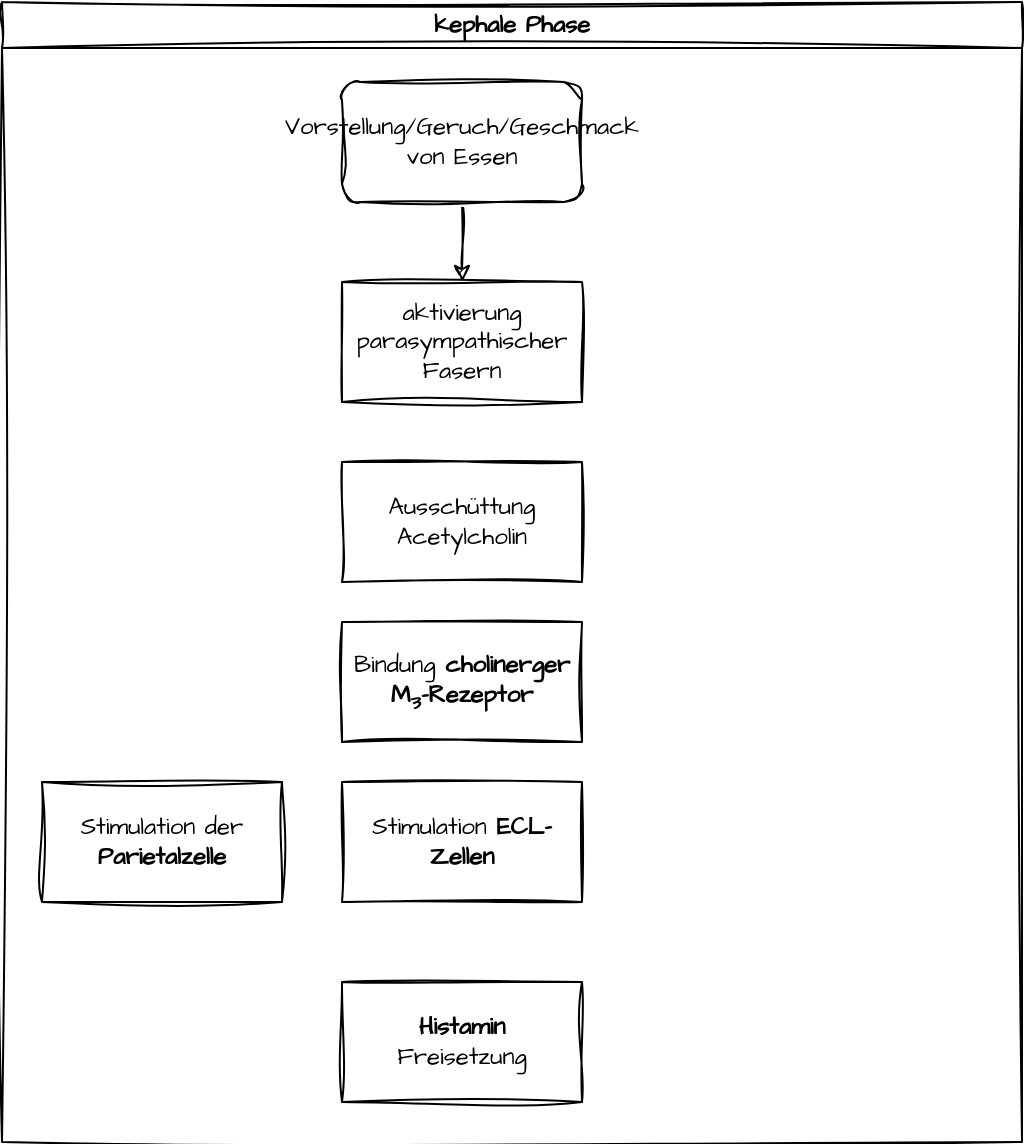
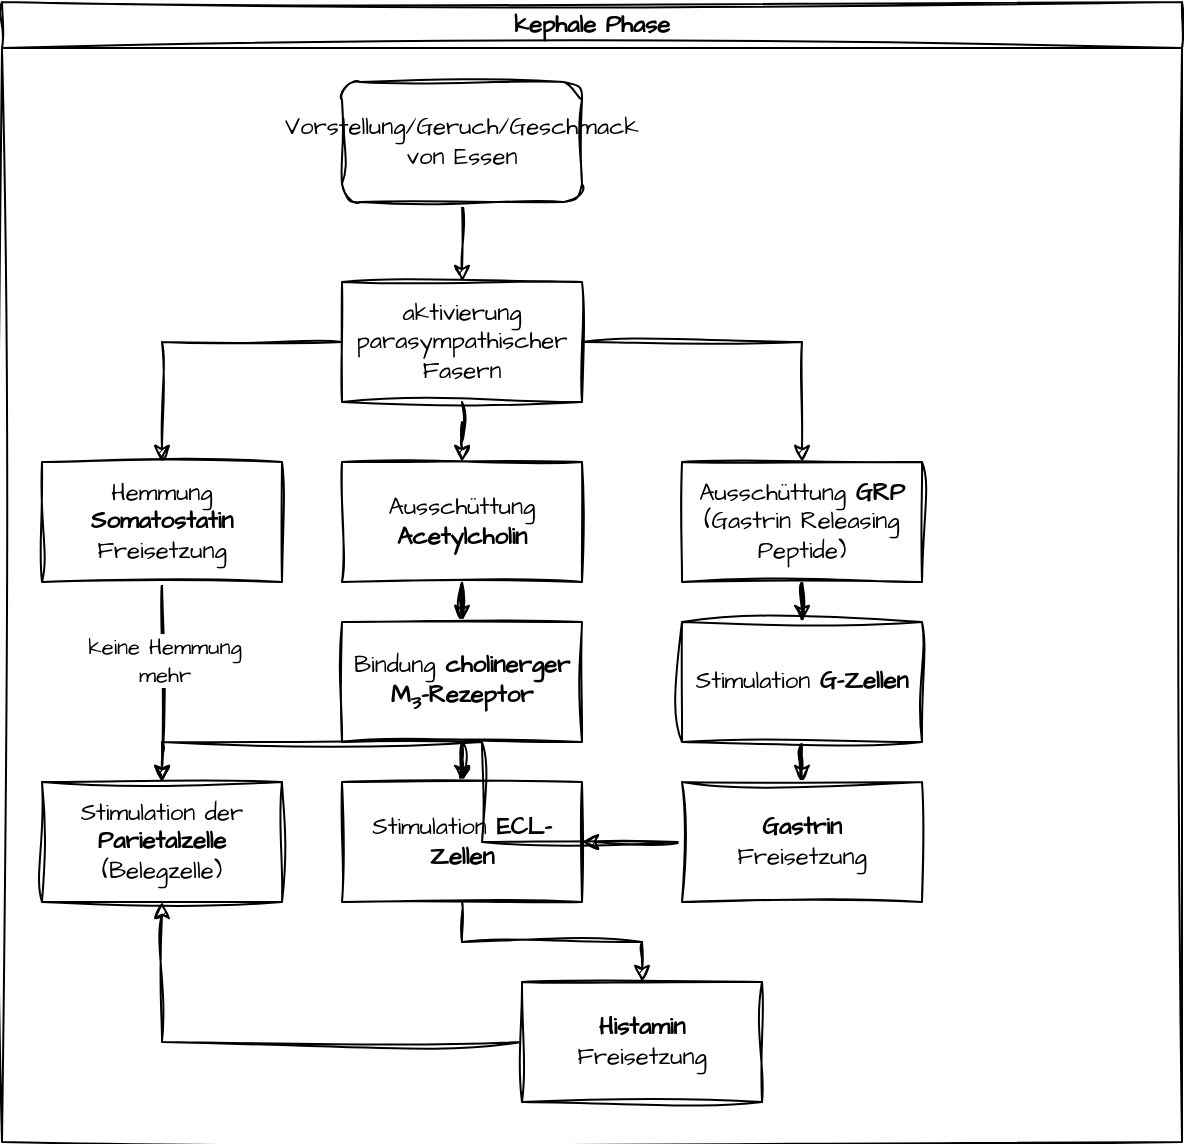
<mxfile host="app.diagrams.net">
  <diagram name="Seite-1" id="ZkxCS-knbjv807ul3-xC">
-     <mxGraphModel dx="699" dy="434" grid="1" gridSize="10" guides="1" tooltips="1" connect="1" arrows="1" fold="1" page="1" pageScale="1" pageWidth="1169" pageHeight="1169" math="0" shadow="0">
+     <mxGraphModel dx="845" dy="524" grid="1" gridSize="10" guides="1" tooltips="1" connect="1" arrows="1" fold="1" page="1" pageScale="1" pageWidth="1169" pageHeight="1169" math="0" shadow="0">
      <root>
        <mxCell id="0" />
        <mxCell id="1" parent="0" />
        <mxCell id="Gn51nUAQPkRAiKk4klVY-2" parent="1" style="swimlane;whiteSpace=wrap;html=1;sketch=1;hachureGap=4;jiggle=2;curveFitting=1;fontFamily=Architects Daughter;fontSource=https%3A%2F%2Ffonts.googleapis.com%2Fcss%3Ffamily%3DArchitects%2BDaughter;" value="kephale Phase" vertex="1">
-           <mxGeometry height="570" width="510" x="110" y="160" as="geometry" />
+           <mxGeometry height="570" width="590" x="20" y="160" as="geometry" />
        </mxCell>
        <mxCell id="Gn51nUAQPkRAiKk4klVY-5" edge="1" parent="Gn51nUAQPkRAiKk4klVY-2" source="Gn51nUAQPkRAiKk4klVY-3" style="edgeStyle=orthogonalEdgeStyle;rounded=0;sketch=1;hachureGap=4;jiggle=2;curveFitting=1;orthogonalLoop=1;jettySize=auto;html=1;fontFamily=Architects Daughter;fontSource=https%3A%2F%2Ffonts.googleapis.com%2Fcss%3Ffamily%3DArchitects%2BDaughter;" target="Gn51nUAQPkRAiKk4klVY-4">
          <mxGeometry relative="1" as="geometry" />
        </mxCell>
        <mxCell id="Gn51nUAQPkRAiKk4klVY-3" parent="Gn51nUAQPkRAiKk4klVY-2" style="rounded=1;whiteSpace=wrap;html=1;sketch=1;hachureGap=4;jiggle=2;curveFitting=1;fontFamily=Architects Daughter;fontSource=https%3A%2F%2Ffonts.googleapis.com%2Fcss%3Ffamily%3DArchitects%2BDaughter;" value="Vorstellung/Geruch/Geschmack von Essen" vertex="1">
          <mxGeometry height="60" width="120" x="170" y="40" as="geometry" />
        </mxCell>
+         <mxCell id="Gn51nUAQPkRAiKk4klVY-18" edge="1" parent="Gn51nUAQPkRAiKk4klVY-2" source="Gn51nUAQPkRAiKk4klVY-4" style="edgeStyle=orthogonalEdgeStyle;rounded=0;sketch=1;hachureGap=4;jiggle=2;curveFitting=1;orthogonalLoop=1;jettySize=auto;html=1;fontFamily=Architects Daughter;fontSource=https%3A%2F%2Ffonts.googleapis.com%2Fcss%3Ffamily%3DArchitects%2BDaughter;" target="Gn51nUAQPkRAiKk4klVY-6">
+           <mxGeometry relative="1" as="geometry" />
+         </mxCell>
+         <mxCell id="Gn51nUAQPkRAiKk4klVY-19" edge="1" parent="Gn51nUAQPkRAiKk4klVY-2" source="Gn51nUAQPkRAiKk4klVY-4" style="edgeStyle=orthogonalEdgeStyle;rounded=0;sketch=1;hachureGap=4;jiggle=2;curveFitting=1;orthogonalLoop=1;jettySize=auto;html=1;fontFamily=Architects Daughter;fontSource=https%3A%2F%2Ffonts.googleapis.com%2Fcss%3Ffamily%3DArchitects%2BDaughter;" target="Gn51nUAQPkRAiKk4klVY-11">
+           <mxGeometry relative="1" as="geometry" />
+         </mxCell>
+         <mxCell id="Gn51nUAQPkRAiKk4klVY-25" edge="1" parent="Gn51nUAQPkRAiKk4klVY-2" source="Gn51nUAQPkRAiKk4klVY-4" style="edgeStyle=orthogonalEdgeStyle;rounded=0;sketch=1;hachureGap=4;jiggle=2;curveFitting=1;orthogonalLoop=1;jettySize=auto;html=1;fontFamily=Architects Daughter;fontSource=https%3A%2F%2Ffonts.googleapis.com%2Fcss%3Ffamily%3DArchitects%2BDaughter;" target="Gn51nUAQPkRAiKk4klVY-24">
+           <mxGeometry relative="1" as="geometry" />
+         </mxCell>
        <mxCell id="Gn51nUAQPkRAiKk4klVY-4" parent="Gn51nUAQPkRAiKk4klVY-2" style="whiteSpace=wrap;html=1;sketch=1;hachureGap=4;jiggle=2;curveFitting=1;fontFamily=Architects Daughter;fontSource=https%3A%2F%2Ffonts.googleapis.com%2Fcss%3Ffamily%3DArchitects%2BDaughter;" value="aktivierung parasympathischer Fasern" vertex="1">
          <mxGeometry height="60" width="120" x="170" y="140" as="geometry" />
        </mxCell>
-         <mxCell id="Gn51nUAQPkRAiKk4klVY-6" parent="Gn51nUAQPkRAiKk4klVY-2" style="whiteSpace=wrap;html=1;sketch=1;hachureGap=4;jiggle=2;curveFitting=1;fontFamily=Architects Daughter;fontSource=https%3A%2F%2Ffonts.googleapis.com%2Fcss%3Ffamily%3DArchitects%2BDaughter;" value="Ausschüttung Acetylcholin" vertex="1">
+         <mxCell id="Gn51nUAQPkRAiKk4klVY-20" edge="1" parent="Gn51nUAQPkRAiKk4klVY-2" source="Gn51nUAQPkRAiKk4klVY-6" style="edgeStyle=orthogonalEdgeStyle;rounded=0;sketch=1;hachureGap=4;jiggle=2;curveFitting=1;orthogonalLoop=1;jettySize=auto;html=1;fontFamily=Architects Daughter;fontSource=https%3A%2F%2Ffonts.googleapis.com%2Fcss%3Ffamily%3DArchitects%2BDaughter;" target="Gn51nUAQPkRAiKk4klVY-7">
+           <mxGeometry relative="1" as="geometry" />
+         </mxCell>
+         <mxCell id="Gn51nUAQPkRAiKk4klVY-6" parent="Gn51nUAQPkRAiKk4klVY-2" style="whiteSpace=wrap;html=1;sketch=1;hachureGap=4;jiggle=2;curveFitting=1;fontFamily=Architects Daughter;fontSource=https%3A%2F%2Ffonts.googleapis.com%2Fcss%3Ffamily%3DArchitects%2BDaughter;" value="Ausschüttung &lt;b&gt;Acetylcholin&lt;/b&gt;" vertex="1">
          <mxGeometry height="60" width="120" x="170" y="230" as="geometry" />
+         </mxCell>
+         <mxCell id="Gn51nUAQPkRAiKk4klVY-21" edge="1" parent="Gn51nUAQPkRAiKk4klVY-2" source="Gn51nUAQPkRAiKk4klVY-7" style="edgeStyle=orthogonalEdgeStyle;rounded=0;sketch=1;hachureGap=4;jiggle=2;curveFitting=1;orthogonalLoop=1;jettySize=auto;html=1;fontFamily=Architects Daughter;fontSource=https%3A%2F%2Ffonts.googleapis.com%2Fcss%3Ffamily%3DArchitects%2BDaughter;" target="Gn51nUAQPkRAiKk4klVY-9">
+           <mxGeometry relative="1" as="geometry" />
        </mxCell>
        <mxCell id="Gn51nUAQPkRAiKk4klVY-7" parent="Gn51nUAQPkRAiKk4klVY-2" style="whiteSpace=wrap;html=1;sketch=1;hachureGap=4;jiggle=2;curveFitting=1;fontFamily=Architects Daughter;fontSource=https%3A%2F%2Ffonts.googleapis.com%2Fcss%3Ffamily%3DArchitects%2BDaughter;" value="Bindung &lt;b&gt;cholinerger M&lt;sub&gt;3&lt;/sub&gt;-Rezeptor&lt;/b&gt;" vertex="1">
          <mxGeometry height="60" width="120" x="170" y="310" as="geometry" />
        </mxCell>
-         <mxCell id="Gn51nUAQPkRAiKk4klVY-8" parent="Gn51nUAQPkRAiKk4klVY-2" style="whiteSpace=wrap;html=1;sketch=1;hachureGap=4;jiggle=2;curveFitting=1;fontFamily=Architects Daughter;fontSource=https%3A%2F%2Ffonts.googleapis.com%2Fcss%3Ffamily%3DArchitects%2BDaughter;" value="Stimulation der &lt;b&gt;Parietalzelle&lt;/b&gt;" vertex="1">
+         <mxCell id="Gn51nUAQPkRAiKk4klVY-8" parent="Gn51nUAQPkRAiKk4klVY-2" style="whiteSpace=wrap;html=1;sketch=1;hachureGap=4;jiggle=2;curveFitting=1;fontFamily=Architects Daughter;fontSource=https%3A%2F%2Ffonts.googleapis.com%2Fcss%3Ffamily%3DArchitects%2BDaughter;" value="&lt;div&gt;Stimulation der &lt;b&gt;Parietalzelle&lt;/b&gt;&lt;/div&gt;(Belegzelle)" vertex="1">
          <mxGeometry height="60" width="120" x="20" y="390" as="geometry" />
        </mxCell>
        <mxCell id="Gn51nUAQPkRAiKk4klVY-9" parent="Gn51nUAQPkRAiKk4klVY-2" style="whiteSpace=wrap;html=1;sketch=1;hachureGap=4;jiggle=2;curveFitting=1;fontFamily=Architects Daughter;fontSource=https%3A%2F%2Ffonts.googleapis.com%2Fcss%3Ffamily%3DArchitects%2BDaughter;" value="Stimulation &lt;b&gt;ECL-Zellen&lt;/b&gt;" vertex="1">
          <mxGeometry height="60" width="120" x="170" y="390" as="geometry" />
        </mxCell>
+         <mxCell id="Gn51nUAQPkRAiKk4klVY-16" edge="1" parent="Gn51nUAQPkRAiKk4klVY-2" source="Gn51nUAQPkRAiKk4klVY-11" style="edgeStyle=orthogonalEdgeStyle;rounded=0;sketch=1;hachureGap=4;jiggle=2;curveFitting=1;orthogonalLoop=1;jettySize=auto;html=1;fontFamily=Architects Daughter;fontSource=https%3A%2F%2Ffonts.googleapis.com%2Fcss%3Ffamily%3DArchitects%2BDaughter;" target="Gn51nUAQPkRAiKk4klVY-12">
+           <mxGeometry relative="1" as="geometry" />
+         </mxCell>
+         <mxCell id="Gn51nUAQPkRAiKk4klVY-11" parent="Gn51nUAQPkRAiKk4klVY-2" style="whiteSpace=wrap;html=1;sketch=1;hachureGap=4;jiggle=2;curveFitting=1;fontFamily=Architects Daughter;fontSource=https%3A%2F%2Ffonts.googleapis.com%2Fcss%3Ffamily%3DArchitects%2BDaughter;" value="Ausschüttung &lt;b&gt;GRP&lt;/b&gt; (Gastrin Releasing Peptide)" vertex="1">
+           <mxGeometry height="60" width="120" x="340" y="230" as="geometry" />
+         </mxCell>
+         <mxCell id="Gn51nUAQPkRAiKk4klVY-17" edge="1" parent="Gn51nUAQPkRAiKk4klVY-2" source="Gn51nUAQPkRAiKk4klVY-12" style="edgeStyle=orthogonalEdgeStyle;rounded=0;sketch=1;hachureGap=4;jiggle=2;curveFitting=1;orthogonalLoop=1;jettySize=auto;html=1;fontFamily=Architects Daughter;fontSource=https%3A%2F%2Ffonts.googleapis.com%2Fcss%3Ffamily%3DArchitects%2BDaughter;" target="Gn51nUAQPkRAiKk4klVY-13">
+           <mxGeometry relative="1" as="geometry" />
+         </mxCell>
+         <mxCell id="Gn51nUAQPkRAiKk4klVY-12" parent="Gn51nUAQPkRAiKk4klVY-2" style="whiteSpace=wrap;html=1;sketch=1;hachureGap=4;jiggle=2;curveFitting=1;fontFamily=Architects Daughter;fontSource=https%3A%2F%2Ffonts.googleapis.com%2Fcss%3Ffamily%3DArchitects%2BDaughter;" value="Stimulation&amp;nbsp;&lt;b&gt;G-Zellen&lt;/b&gt;" vertex="1">
+           <mxGeometry height="60" width="120" x="340" y="310" as="geometry" />
+         </mxCell>
+         <mxCell id="Gn51nUAQPkRAiKk4klVY-14" edge="1" parent="Gn51nUAQPkRAiKk4klVY-2" source="Gn51nUAQPkRAiKk4klVY-13" style="edgeStyle=orthogonalEdgeStyle;rounded=0;sketch=1;hachureGap=4;jiggle=2;curveFitting=1;orthogonalLoop=1;jettySize=auto;html=1;entryX=1;entryY=0.5;entryDx=0;entryDy=0;fontFamily=Architects Daughter;fontSource=https%3A%2F%2Ffonts.googleapis.com%2Fcss%3Ffamily%3DArchitects%2BDaughter;" target="Gn51nUAQPkRAiKk4klVY-9">
+           <mxGeometry relative="1" as="geometry" />
+         </mxCell>
+         <mxCell id="Gn51nUAQPkRAiKk4klVY-15" edge="1" parent="Gn51nUAQPkRAiKk4klVY-2" source="Gn51nUAQPkRAiKk4klVY-13" style="edgeStyle=orthogonalEdgeStyle;rounded=0;sketch=1;hachureGap=4;jiggle=2;curveFitting=1;orthogonalLoop=1;jettySize=auto;html=1;entryX=0.5;entryY=0;entryDx=0;entryDy=0;fontFamily=Architects Daughter;fontSource=https%3A%2F%2Ffonts.googleapis.com%2Fcss%3Ffamily%3DArchitects%2BDaughter;" target="Gn51nUAQPkRAiKk4klVY-8">
+           <mxGeometry relative="1" as="geometry" />
+         </mxCell>
+         <mxCell id="Gn51nUAQPkRAiKk4klVY-13" parent="Gn51nUAQPkRAiKk4klVY-2" style="whiteSpace=wrap;html=1;sketch=1;hachureGap=4;jiggle=2;curveFitting=1;fontFamily=Architects Daughter;fontSource=https%3A%2F%2Ffonts.googleapis.com%2Fcss%3Ffamily%3DArchitects%2BDaughter;" value="&lt;b&gt;Gastrin&lt;/b&gt;&lt;br&gt;Freisetzung" vertex="1">
+           <mxGeometry height="60" width="120" x="340" y="390" as="geometry" />
+         </mxCell>
+         <mxCell id="Gn51nUAQPkRAiKk4klVY-26" edge="1" parent="Gn51nUAQPkRAiKk4klVY-2" source="Gn51nUAQPkRAiKk4klVY-24" style="edgeStyle=orthogonalEdgeStyle;rounded=0;sketch=1;hachureGap=4;jiggle=2;curveFitting=1;orthogonalLoop=1;jettySize=auto;html=1;fontFamily=Architects Daughter;fontSource=https%3A%2F%2Ffonts.googleapis.com%2Fcss%3Ffamily%3DArchitects%2BDaughter;" target="Gn51nUAQPkRAiKk4klVY-8">
+           <mxGeometry relative="1" as="geometry" />
+         </mxCell>
+         <mxCell id="Gn51nUAQPkRAiKk4klVY-27" connectable="0" parent="Gn51nUAQPkRAiKk4klVY-26" style="edgeLabel;html=1;align=center;verticalAlign=middle;resizable=0;points=[];fontFamily=Architects Daughter;fontSource=https%3A%2F%2Ffonts.googleapis.com%2Fcss%3Ffamily%3DArchitects%2BDaughter;" value="keine Hemmung&lt;br&gt;mehr" vertex="1">
+           <mxGeometry relative="1" x="-0.23" y="1" as="geometry">
+             <mxPoint as="offset" />
+           </mxGeometry>
+         </mxCell>
+         <mxCell id="Gn51nUAQPkRAiKk4klVY-24" parent="Gn51nUAQPkRAiKk4klVY-2" style="whiteSpace=wrap;html=1;sketch=1;hachureGap=4;jiggle=2;curveFitting=1;fontFamily=Architects Daughter;fontSource=https%3A%2F%2Ffonts.googleapis.com%2Fcss%3Ffamily%3DArchitects%2BDaughter;" value="Hemmung&lt;br&gt;&lt;b&gt;Somatostatin&lt;/b&gt; Freisetzung" vertex="1">
+           <mxGeometry height="60" width="120" x="20" y="230" as="geometry" />
+         </mxCell>
+         <mxCell id="Gn51nUAQPkRAiKk4klVY-23" edge="1" parent="1" source="Gn51nUAQPkRAiKk4klVY-10" style="edgeStyle=orthogonalEdgeStyle;rounded=0;sketch=1;hachureGap=4;jiggle=2;curveFitting=1;orthogonalLoop=1;jettySize=auto;html=1;fontFamily=Architects Daughter;fontSource=https%3A%2F%2Ffonts.googleapis.com%2Fcss%3Ffamily%3DArchitects%2BDaughter;" target="Gn51nUAQPkRAiKk4klVY-8">
+           <mxGeometry relative="1" as="geometry" />
+         </mxCell>
        <mxCell id="Gn51nUAQPkRAiKk4klVY-10" parent="1" style="whiteSpace=wrap;html=1;sketch=1;hachureGap=4;jiggle=2;curveFitting=1;fontFamily=Architects Daughter;fontSource=https%3A%2F%2Ffonts.googleapis.com%2Fcss%3Ffamily%3DArchitects%2BDaughter;" value="&lt;b&gt;Histamin&lt;/b&gt;&lt;br&gt;Freisetzung" vertex="1">
          <mxGeometry height="60" width="120" x="280" y="650" as="geometry" />
+         </mxCell>
+         <mxCell id="Gn51nUAQPkRAiKk4klVY-22" edge="1" parent="1" source="Gn51nUAQPkRAiKk4klVY-9" style="edgeStyle=orthogonalEdgeStyle;rounded=0;sketch=1;hachureGap=4;jiggle=2;curveFitting=1;orthogonalLoop=1;jettySize=auto;html=1;fontFamily=Architects Daughter;fontSource=https%3A%2F%2Ffonts.googleapis.com%2Fcss%3Ffamily%3DArchitects%2BDaughter;" target="Gn51nUAQPkRAiKk4klVY-10">
+           <mxGeometry relative="1" as="geometry" />
        </mxCell>
      </root>
    </mxGraphModel>
  </diagram>
</mxfile>
